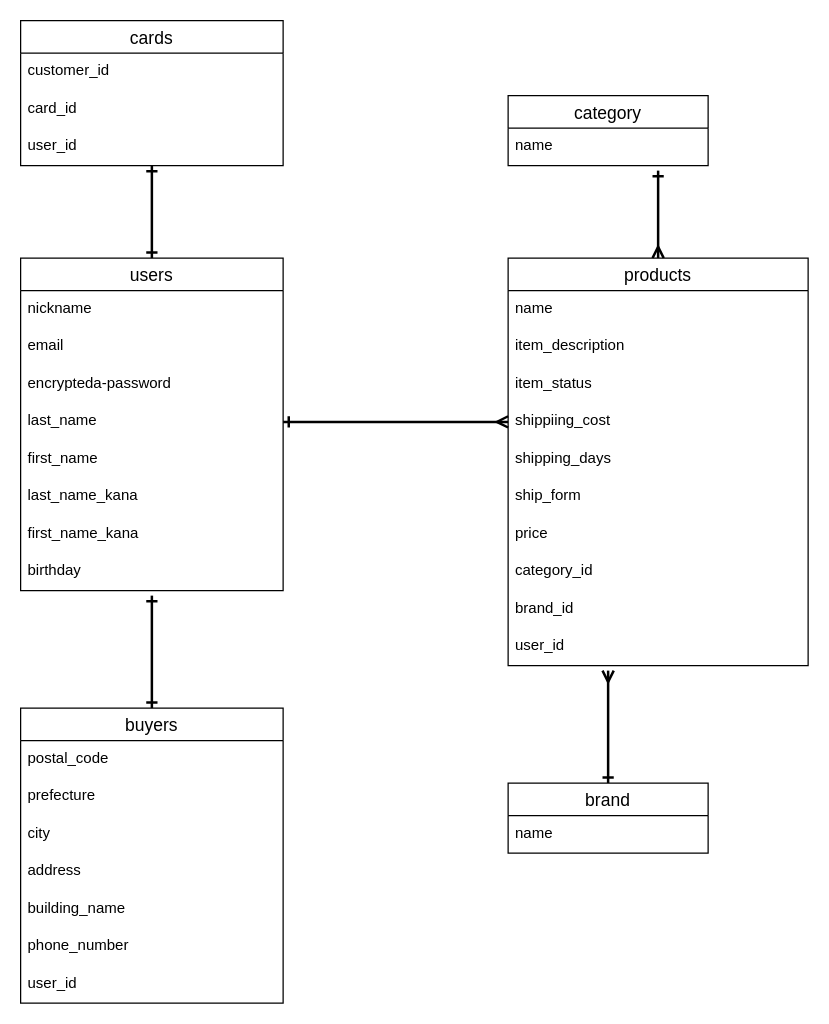
The draw.io diagram app/views/furima-app.dio in omikinniku/furima-36678, before the edit. Source tidied: cells renumbered, new cells numbered last; positions are measured from the earlier drawing's top-left corner, leaving out a move shared by most shapes. Both pictures are drawn from the tidied source at 125%, with x=0, y=0 at pixel (20, 20).
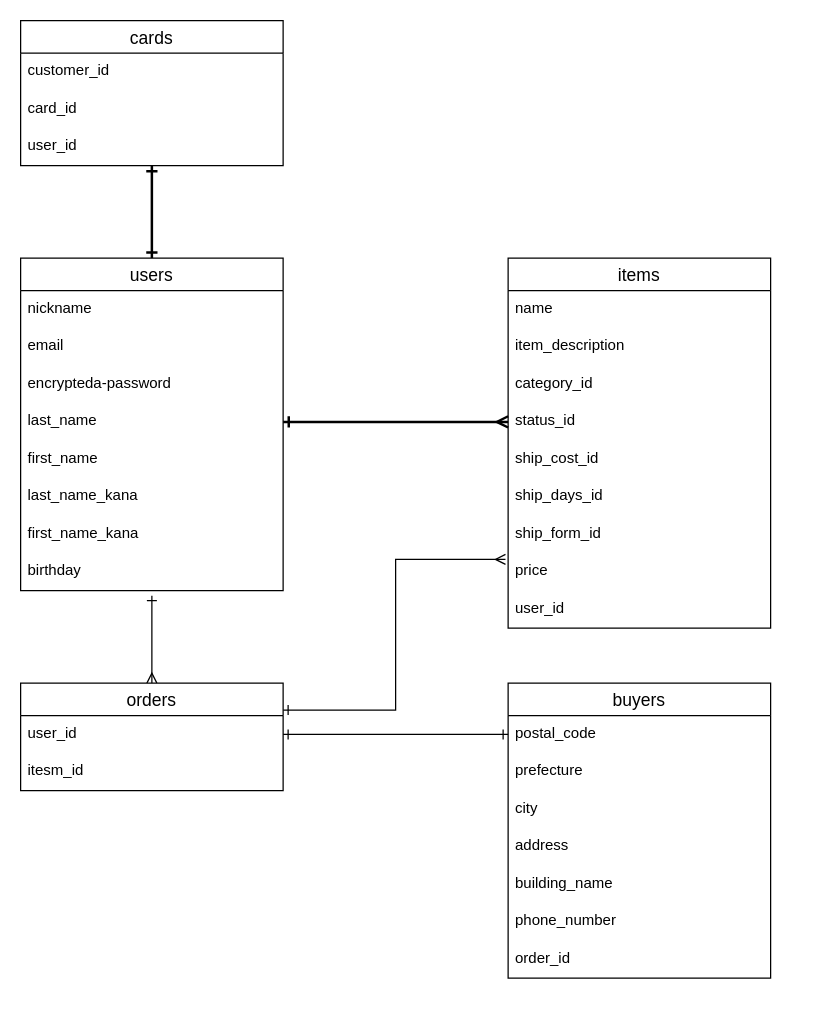
The same diagram, later.

Unchanged cells that the change refers to:
```xml
<mxCell id="28" value="postal_code" style="text;strokeColor=none;fillColor=none;spacingLeft=4;spacingRight=4;overflow=hidden;points=[[0,0.5],[1,0.5]];portConstraint=eastwest;fontSize=12;" parent="27" vertex="1">
  <mxGeometry y="26" width="210" height="30" as="geometry" />
</mxCell>
```

Diff of the diagram source:
```diff
@@
-    <mxCell id="12" style="edgeStyle=orthogonalEdgeStyle;rounded=0;jettySize=auto;html=1;exitX=0.5;exitY=0;exitDx=0;exitDy=0;startArrow=ERmany;startFill=0;endArrow=ERone;endFill=0;strokeWidth=2;" parent="1" edge="1" source="13">
-      <mxGeometry relative="1" as="geometry">
-        <mxPoint x="510" y="120" as="targetPoint" />
-      </mxGeometry>
-    </mxCell>
-    <mxCell id="13" value="products" style="swimlane;fontStyle=0;horizontal=1;startSize=26;align=center;fontSize=14;html=0;" parent="1" vertex="1">
-      <mxGeometry x="390" y="190" width="240" height="326" as="geometry" />
+    <mxCell id="13" value="items" style="swimlane;fontStyle=0;horizontal=1;startSize=26;align=center;fontSize=14;html=0;" parent="1" vertex="1">
+      <mxGeometry x="390" y="190" width="210" height="296" as="geometry" />
     </mxCell>
     <mxCell id="14" value="name" style="text;strokeColor=none;fillColor=none;spacingLeft=4;spacingRight=4;overflow=hidden;fontSize=12;" parent="13" vertex="1">
-      <mxGeometry y="26" width="240" height="30" as="geometry" />
+      <mxGeometry y="26" width="210" height="30" as="geometry" />
     </mxCell>
     <mxCell id="15" value="item_description" style="text;strokeColor=none;fillColor=none;spacingLeft=4;spacingRight=4;overflow=hidden;fontSize=12;" parent="13" vertex="1">
-      <mxGeometry y="56" width="240" height="30" as="geometry" />
+      <mxGeometry y="56" width="210" height="30" as="geometry" />
     </mxCell>
+    <mxCell id="21" value="category_id" style="text;strokeColor=none;fillColor=none;spacingLeft=4;spacingRight=4;overflow=hidden;fontSize=12;" parent="13" vertex="1">
+      <mxGeometry y="86" width="210" height="30" as="geometry" />
+    </mxCell>
-    <mxCell id="16" value="item_status" style="text;strokeColor=none;fillColor=none;spacingLeft=4;spacingRight=4;overflow=hidden;fontSize=12;" parent="13" vertex="1">
-      <mxGeometry y="86" width="240" height="30" as="geometry" />
+    <mxCell id="16" value="status_id" style="text;strokeColor=none;fillColor=none;spacingLeft=4;spacingRight=4;overflow=hidden;fontSize=12;" parent="13" vertex="1">
+      <mxGeometry y="116" width="210" height="30" as="geometry" />
     </mxCell>
-    <mxCell id="17" value="shippiing_cost" style="text;strokeColor=none;fillColor=none;spacingLeft=4;spacingRight=4;overflow=hidden;points=[[0,0.5],[1,0.5]];portConstraint=eastwest;fontSize=12;" parent="13" vertex="1">
-      <mxGeometry y="116" width="240" height="30" as="geometry" />
+    <mxCell id="17" value="ship_cost_id" style="text;strokeColor=none;fillColor=none;spacingLeft=4;spacingRight=4;overflow=hidden;points=[[0,0.5],[1,0.5]];portConstraint=eastwest;fontSize=12;" parent="13" vertex="1">
+      <mxGeometry y="146" width="210" height="30" as="geometry" />
     </mxCell>
-    <mxCell id="18" value="shipping_days" style="text;strokeColor=none;fillColor=none;spacingLeft=4;spacingRight=4;overflow=hidden;fontSize=12;" parent="13" vertex="1">
-      <mxGeometry y="146" width="240" height="30" as="geometry" />
+    <mxCell id="18" value="ship_days_id" style="text;strokeColor=none;fillColor=none;spacingLeft=4;spacingRight=4;overflow=hidden;fontSize=12;" parent="13" vertex="1">
+      <mxGeometry y="176" width="210" height="30" as="geometry" />
     </mxCell>
-    <mxCell id="19" value="ship_form" style="text;strokeColor=none;fillColor=none;spacingLeft=4;spacingRight=4;overflow=hidden;points=[[0,0.5],[1,0.5]];portConstraint=eastwest;fontSize=12;" parent="13" vertex="1">
-      <mxGeometry y="176" width="240" height="30" as="geometry" />
+    <mxCell id="19" value="ship_form_id" style="text;strokeColor=none;fillColor=none;spacingLeft=4;spacingRight=4;overflow=hidden;points=[[0,0.5],[1,0.5]];portConstraint=eastwest;fontSize=12;" parent="13" vertex="1">
+      <mxGeometry y="206" width="210" height="30" as="geometry" />
     </mxCell>
     <mxCell id="20" value="price" style="text;strokeColor=none;fillColor=none;spacingLeft=4;spacingRight=4;overflow=hidden;fontSize=12;" parent="13" vertex="1">
-      <mxGeometry y="206" width="240" height="30" as="geometry" />
+      <mxGeometry y="236" width="210" height="30" as="geometry" />
     </mxCell>
-    <mxCell id="21" value="category_id" style="text;strokeColor=none;fillColor=none;spacingLeft=4;spacingRight=4;overflow=hidden;fontSize=12;" parent="13" vertex="1">
-      <mxGeometry y="236" width="240" height="30" as="geometry" />
-    </mxCell>
-    <mxCell id="22" value="brand_id" style="text;strokeColor=none;fillColor=none;spacingLeft=4;spacingRight=4;overflow=hidden;fontSize=12;" parent="13" vertex="1">
-      <mxGeometry y="266" width="240" height="30" as="geometry" />
-    </mxCell>
     <mxCell id="23" value="user_id" style="text;strokeColor=none;fillColor=none;spacingLeft=4;spacingRight=4;overflow=hidden;fontSize=12;" parent="13" vertex="1">
-      <mxGeometry y="296" width="240" height="30" as="geometry" />
+      <mxGeometry y="266" width="210" height="30" as="geometry" />
     </mxCell>
@@
-    <mxCell id="26" style="edgeStyle=orthogonalEdgeStyle;rounded=0;jettySize=auto;html=1;exitX=0.5;exitY=0;exitDx=0;exitDy=0;startArrow=ERone;startFill=0;endArrow=ERone;endFill=0;strokeWidth=2;" parent="1" edge="1" source="27">
-      <mxGeometry relative="1" as="geometry">
-        <mxPoint x="105" y="460" as="targetPoint" />
-      </mxGeometry>
-    </mxCell>
     <mxCell id="27" value="buyers" style="swimlane;fontStyle=0;horizontal=1;startSize=26;align=center;fontSize=14;html=0;" parent="1" vertex="1">
-      <mxGeometry y="550" width="210" height="236" as="geometry" />
+      <mxGeometry x="390" y="530" width="210" height="236" as="geometry" />
     </mxCell>
@@
-    <mxCell id="34" value="user_id" style="text;strokeColor=none;fillColor=none;spacingLeft=4;spacingRight=4;overflow=hidden;fontSize=12;" parent="27" vertex="1">
+    <mxCell id="34" value="order_id" style="text;strokeColor=none;fillColor=none;spacingLeft=4;spacingRight=4;overflow=hidden;fontSize=12;" parent="27" vertex="1">
       <mxGeometry y="206" width="210" height="30" as="geometry" />
     </mxCell>
@@
-    <mxCell id="39" value="category" style="swimlane;fontStyle=0;horizontal=1;startSize=26;align=center;fontSize=14;html=0;" parent="1" vertex="1">
-      <mxGeometry x="390" y="60" width="160" height="56" as="geometry" />
-    </mxCell>
-    <mxCell id="40" value="name" style="text;strokeColor=none;fillColor=none;spacingLeft=4;spacingRight=4;overflow=hidden;fontSize=12;" parent="39" vertex="1">
-      <mxGeometry y="26" width="160" height="30" as="geometry" />
-    </mxCell>
-    <mxCell id="41" style="edgeStyle=orthogonalEdgeStyle;rounded=0;jettySize=auto;html=1;exitX=0.5;exitY=0;exitDx=0;exitDy=0;startArrow=ERone;startFill=0;endArrow=ERmany;endFill=0;strokeWidth=2;" parent="1" edge="1" source="42">
-      <mxGeometry relative="1" as="geometry">
-        <mxPoint x="470" y="520" as="targetPoint" />
-      </mxGeometry>
-    </mxCell>
-    <mxCell id="42" value="brand" style="swimlane;fontStyle=0;horizontal=1;startSize=26;align=center;fontSize=14;html=0;" parent="1" vertex="1">
-      <mxGeometry x="390" y="610" width="160" height="56" as="geometry" />
-    </mxCell>
-    <mxCell id="43" value="name" style="text;strokeColor=none;fillColor=none;spacingLeft=4;spacingRight=4;overflow=hidden;fontSize=12;" parent="42" vertex="1">
-      <mxGeometry y="26" width="160" height="30" as="geometry" />
-    </mxCell>
+    <mxCell id="44" style="edgeStyle=orthogonalEdgeStyle;rounded=0;jettySize=auto;html=1;exitX=0.5;exitY=0;exitDx=0;exitDy=0;startArrow=ERmany;startFill=0;endArrow=ERone;endFill=0;" parent="1" edge="1" source="46">
+      <mxGeometry relative="1" as="geometry">
+        <mxPoint x="105" y="460" as="targetPoint" />
+      </mxGeometry>
+    </mxCell>
+    <mxCell id="45" style="edgeStyle=orthogonalEdgeStyle;rounded=0;jettySize=auto;html=1;exitX=1;exitY=0.25;exitDx=0;exitDy=0;entryX=-0.01;entryY=1.167;entryDx=0;entryDy=0;entryPerimeter=0;startArrow=ERone;startFill=0;endArrow=ERmany;endFill=0;" parent="1" edge="1" source="46" target="19">
+      <mxGeometry relative="1" as="geometry" />
+    </mxCell>
+    <mxCell id="46" value="orders" style="swimlane;fontStyle=0;horizontal=1;startSize=26;align=center;fontSize=14;" parent="1" vertex="1">
+      <mxGeometry y="530" width="210" height="86" as="geometry" />
+    </mxCell>
+    <mxCell id="47" value="user_id" style="text;strokeColor=none;fillColor=none;spacingLeft=4;spacingRight=4;overflow=hidden;points=[[0,0.5],[1,0.5]];portConstraint=eastwest;fontSize=12;" parent="46" vertex="1">
+      <mxGeometry y="26" width="210" height="30" as="geometry" />
+    </mxCell>
+    <mxCell id="48" value="itesm_id" style="text;strokeColor=none;fillColor=none;spacingLeft=4;spacingRight=4;overflow=hidden;fontSize=12;" parent="46" vertex="1">
+      <mxGeometry y="56" width="210" height="30" as="geometry" />
+    </mxCell>
+    <mxCell id="49" style="edgeStyle=orthogonalEdgeStyle;rounded=0;jettySize=auto;html=1;exitX=0;exitY=0.5;exitDx=0;exitDy=0;entryX=1;entryY=0.5;entryDx=0;entryDy=0;startArrow=ERone;startFill=0;endArrow=ERone;endFill=0;" parent="1" edge="1" source="28" target="47">
+      <mxGeometry relative="1" as="geometry" />
+    </mxCell>
```
